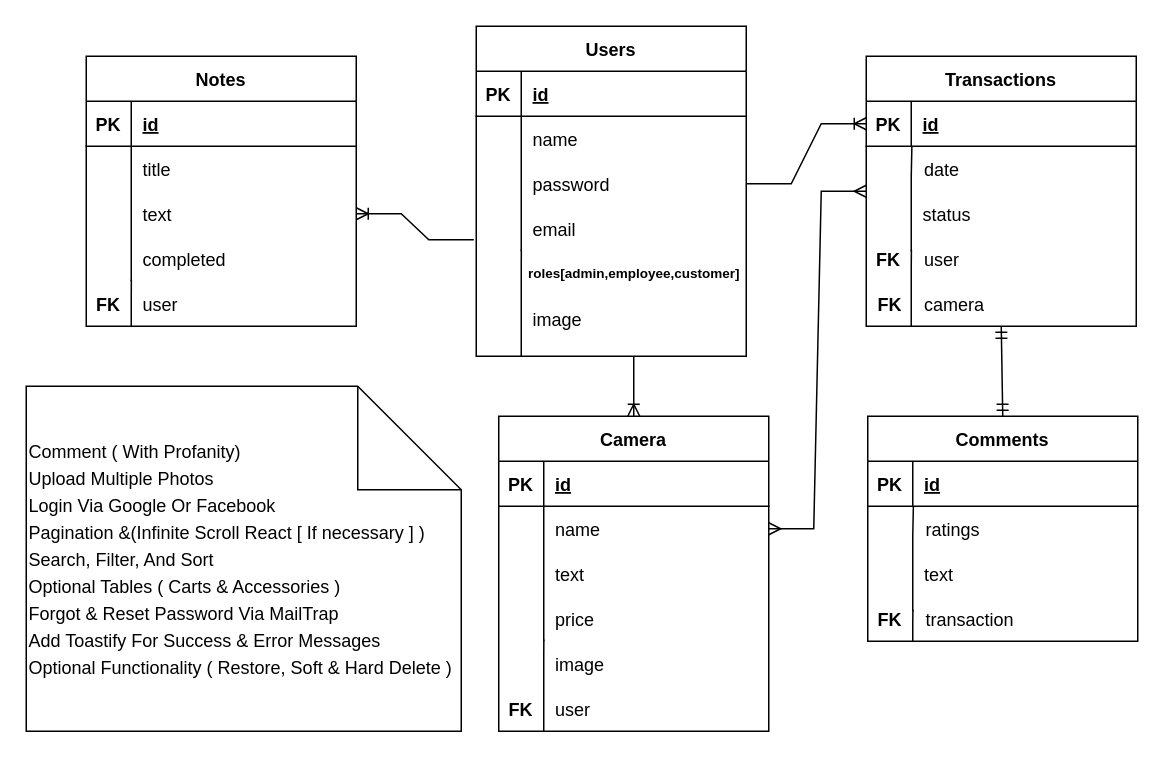
Before: backend/erd/Camera-Rental-ERD-V1.drawio in GabTheGreat25/3rd-Yr-2ndSem-FinalProject-MERN, a draw.io diagram. Source tidied: cells renumbered, new cells numbered last; positions are measured from the earlier drawing's top-left corner, leaving out a move shared by most shapes. Both pictures are drawn from the tidied source at 150%, with x=0, y=0 at pixel (26, 26).
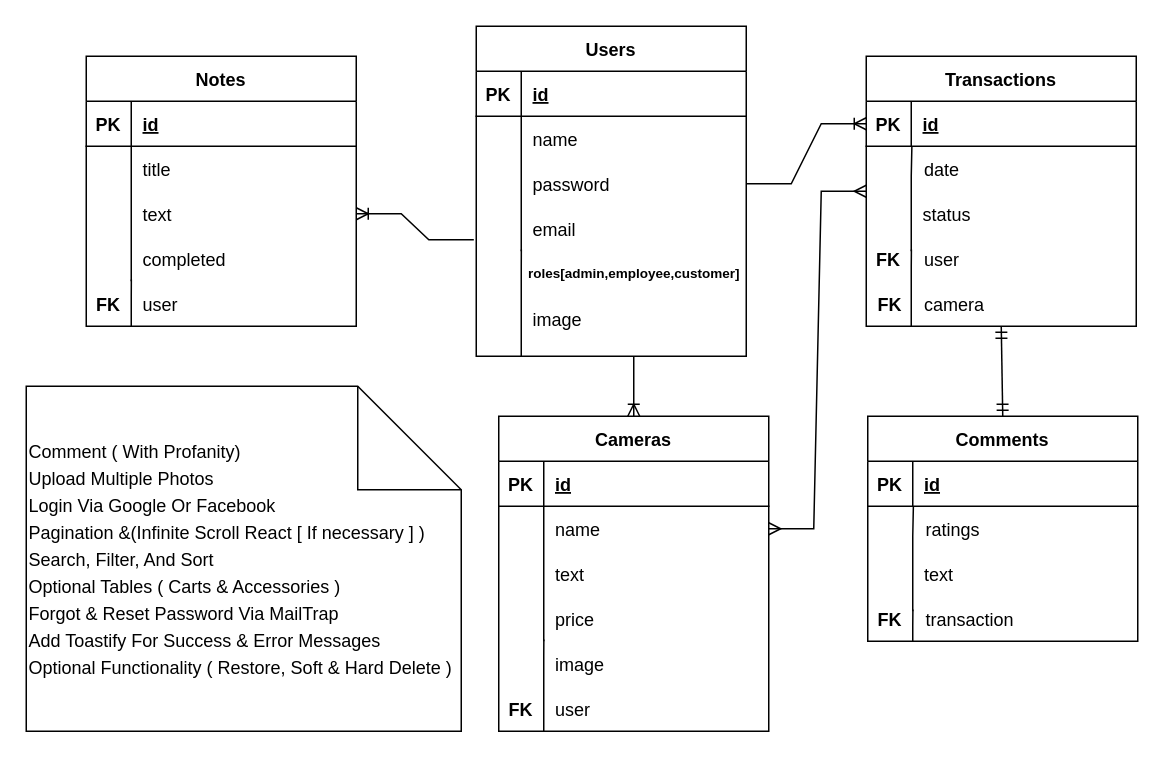
The same diagram, later.

The edit, as a diff of the source:
```diff
@@
-    <mxCell id="17" value="Camera" style="shape=table;startSize=30;childLayout=tableLayout;rowLines=0;fontStyle=1;align=center;" parent="1" vertex="1">
+    <mxCell id="17" value="Cameras" style="shape=table;startSize=30;childLayout=tableLayout;rowLines=0;fontStyle=1;align=center;" parent="1" vertex="1">
       <mxGeometry x="315" y="260" width="180" height="210" as="geometry" />
     </mxCell>
```
